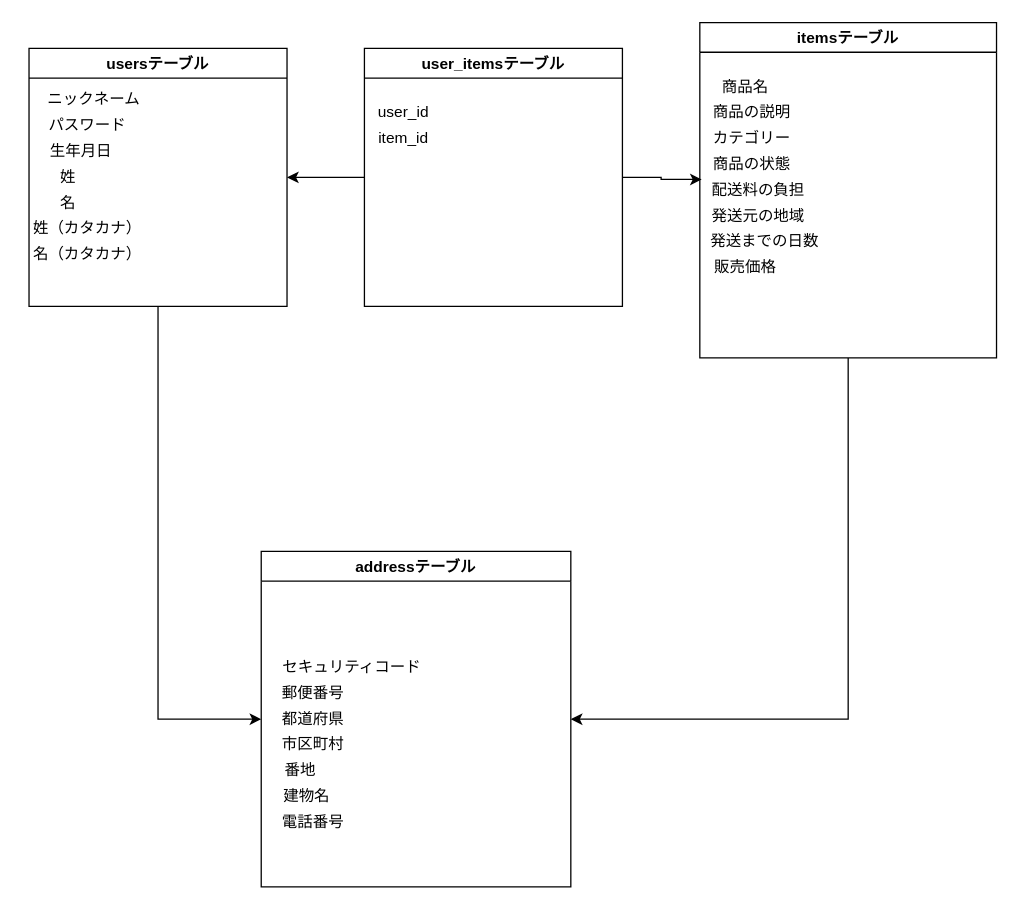
Above: furima.dio in shu0405/furima-33081 (draw.io), before the change. Source tidied: cells renumbered, new cells numbered last; positions are measured from the earlier drawing's top-left corner, leaving out a move shared by most shapes. Both pictures are drawn from the tidied source at 129%, with x=0, y=0 at pixel (22, 22).
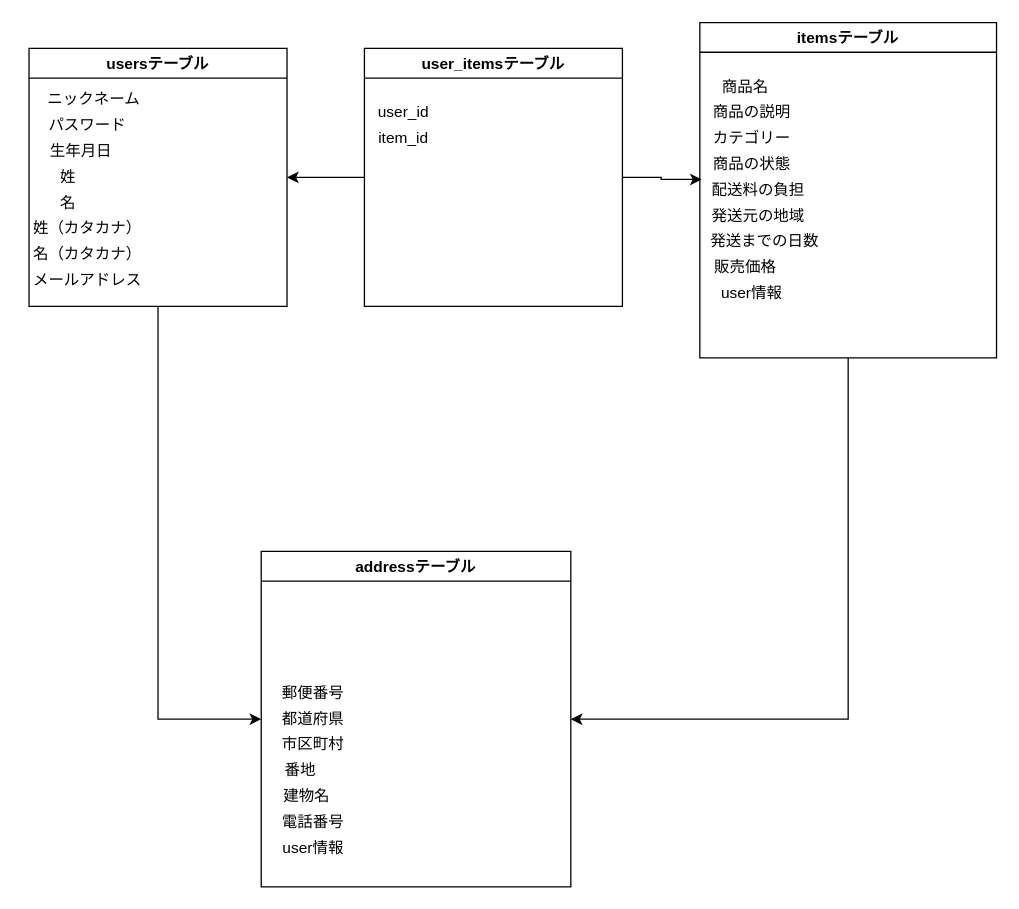
The same diagram, later.

Unchanged cells that the change refers to:
```xml
<mxCell id="4" value="usersテーブル" style="swimlane;" parent="1" vertex="1">
  <mxGeometry x="5" y="20" width="200" height="200" as="geometry" />
</mxCell>
<mxCell id="22" value="addressテーブル" style="swimlane;" parent="1" vertex="1">
  <mxGeometry x="185" y="410" width="240" height="260" as="geometry" />
</mxCell>
```

Diff of the diagram source:
```diff
@@
+    <mxCell id="35" value="メールアドレス" style="text;html=1;align=center;verticalAlign=middle;" parent="4" vertex="1">
+      <mxGeometry x="-5" y="170" width="100" height="20" as="geometry" />
+    </mxCell>
@@
-    <mxCell id="23" value="セキュリティコード" style="text;html=1;align=center;verticalAlign=middle;" parent="22" vertex="1">
-      <mxGeometry x="10" y="80" width="120" height="20" as="geometry" />
-    </mxCell>
@@
+    <mxCell id="36" value="user情報" style="text;html=1;align=center;verticalAlign=middle;" parent="22" vertex="1">
+      <mxGeometry x="10" y="220" width="60" height="20" as="geometry" />
+    </mxCell>
@@
+    <mxCell id="37" value="user情報" style="text;html=1;align=center;verticalAlign=middle;" parent="1" vertex="1">
+      <mxGeometry x="535" y="200" width="60" height="20" as="geometry" />
+    </mxCell>
```
